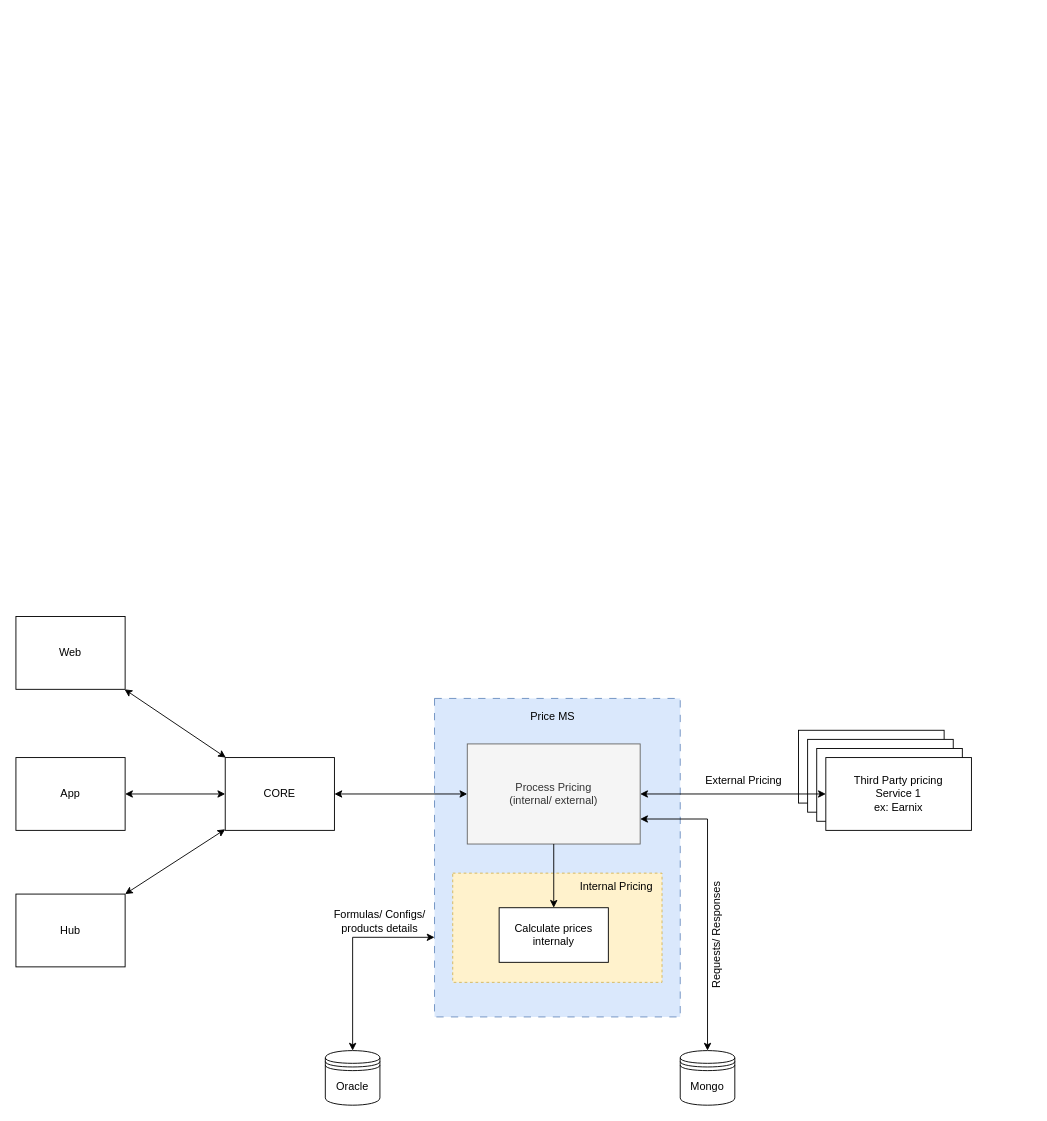
Earlier version of the draw.io diagram Price MS Architecture.drawio (amilasilva7/Designing-Repo). Source tidied: cells renumbered, new cells numbered last; positions are measured from the earlier drawing's top-left corner, leaving out a move shared by most shapes. Both pictures are drawn from the tidied source at 91%, with x=0, y=0 at pixel (15, 616).
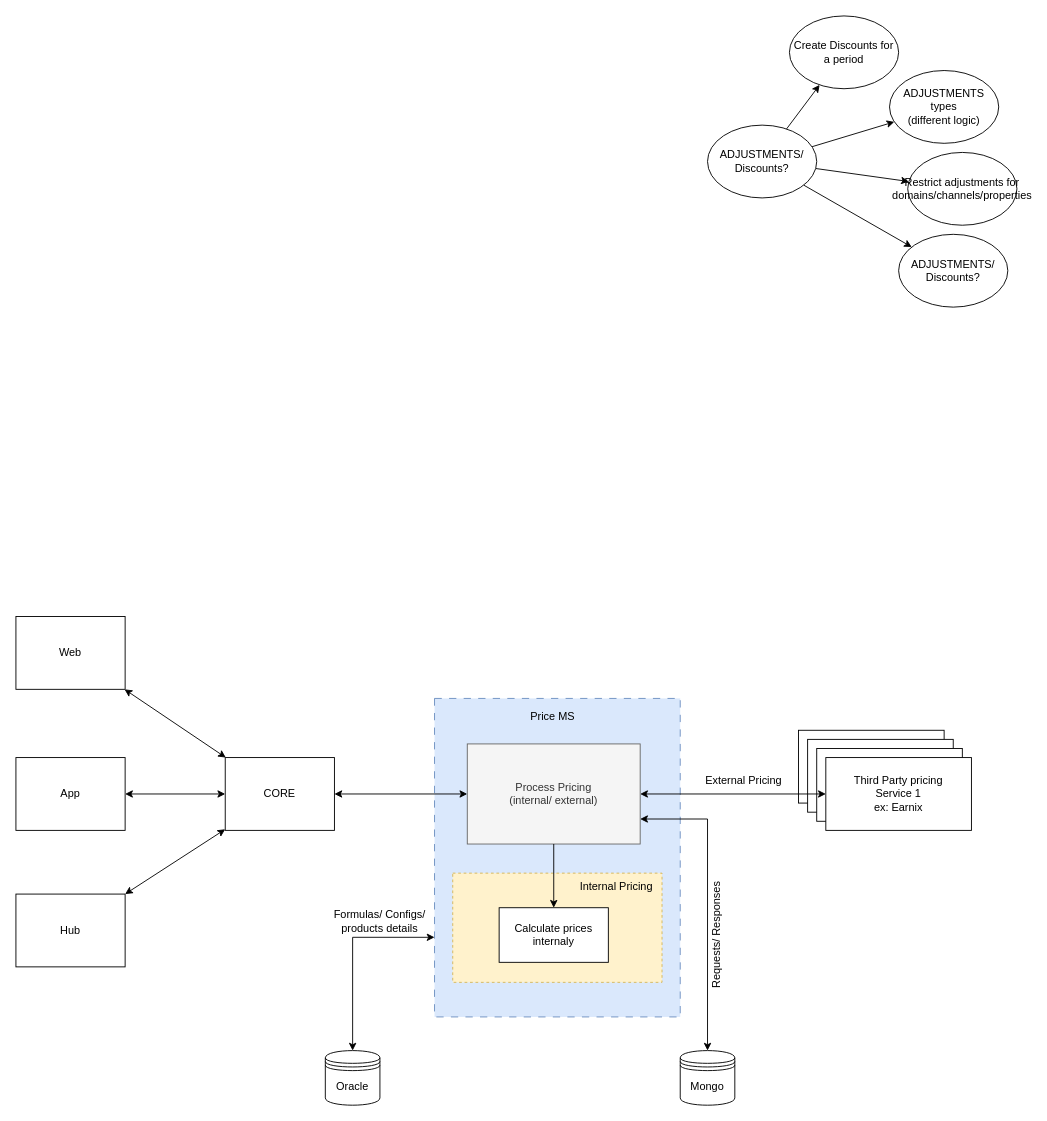
The same diagram, later.

What changed in the source:
```diff
@@
+    <mxCell id="31" style="rounded=0;jettySize=auto;html=1;" parent="1" edge="1" source="35" target="36">
+      <mxGeometry relative="1" as="geometry" />
+    </mxCell>
+    <mxCell id="32" style="rounded=0;jettySize=auto;html=1;" parent="1" edge="1" source="35" target="37">
+      <mxGeometry relative="1" as="geometry" />
+    </mxCell>
+    <mxCell id="33" style="rounded=0;jettySize=auto;html=1;" parent="1" edge="1" source="35" target="38">
+      <mxGeometry relative="1" as="geometry" />
+    </mxCell>
+    <mxCell id="34" style="rounded=0;jettySize=auto;html=1;" parent="1" edge="1" source="35" target="39">
+      <mxGeometry relative="1" as="geometry" />
+    </mxCell>
+    <mxCell id="35" value="ADJUSTMENTS/ Discounts?" style="ellipse;whiteSpace=wrap;html=1;" parent="1" vertex="1">
+      <mxGeometry x="760" y="-540" width="120" height="80" as="geometry" />
+    </mxCell>
+    <mxCell id="36" value="Create Discounts for a period" style="ellipse;whiteSpace=wrap;html=1;" parent="1" vertex="1">
+      <mxGeometry x="850" y="-660" width="120" height="80" as="geometry" />
+    </mxCell>
+    <mxCell id="37" value="&lt;div&gt;ADJUSTMENTS types&lt;/div&gt;&lt;div&gt;(different logic)&lt;br&gt;&lt;/div&gt;" style="ellipse;whiteSpace=wrap;html=1;" parent="1" vertex="1">
+      <mxGeometry x="960" y="-600" width="120" height="80" as="geometry" />
+    </mxCell>
+    <mxCell id="38" value="Restrict adjustments for domains/channels/properties" style="ellipse;whiteSpace=wrap;html=1;" parent="1" vertex="1">
+      <mxGeometry x="980" y="-510" width="120" height="80" as="geometry" />
+    </mxCell>
+    <mxCell id="39" value="ADJUSTMENTS/ Discounts?" style="ellipse;whiteSpace=wrap;html=1;" parent="1" vertex="1">
+      <mxGeometry x="970" y="-420" width="120" height="80" as="geometry" />
+    </mxCell>
```
